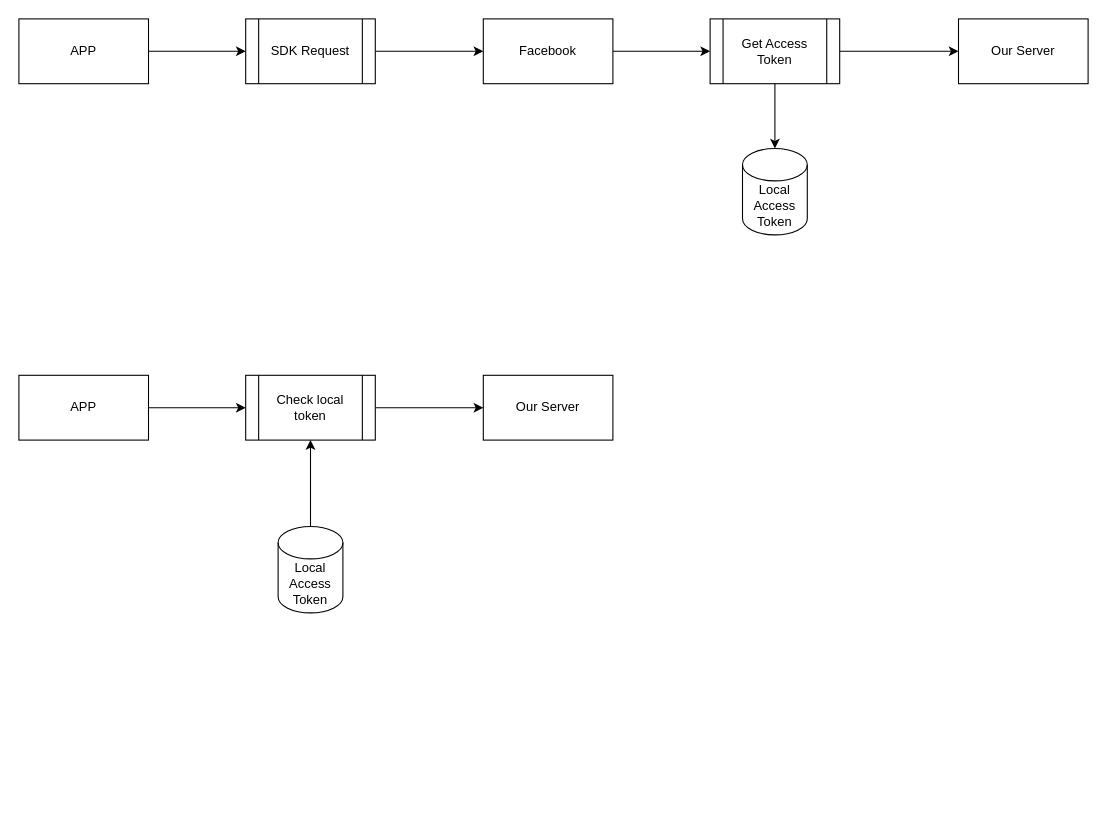
cjinle/draw.io keeps this draw.io diagram as page "第 1 页" (1 of 3) of fb1.drawio. Above is the earlier version. Source tidied: cells renumbered, new cells numbered last; positions are measured from the earlier drawing's top-left corner, leaving out a move shared by most shapes. Both pictures are drawn from the tidied source at 108%, with x=0, y=0 at pixel (18, 18).
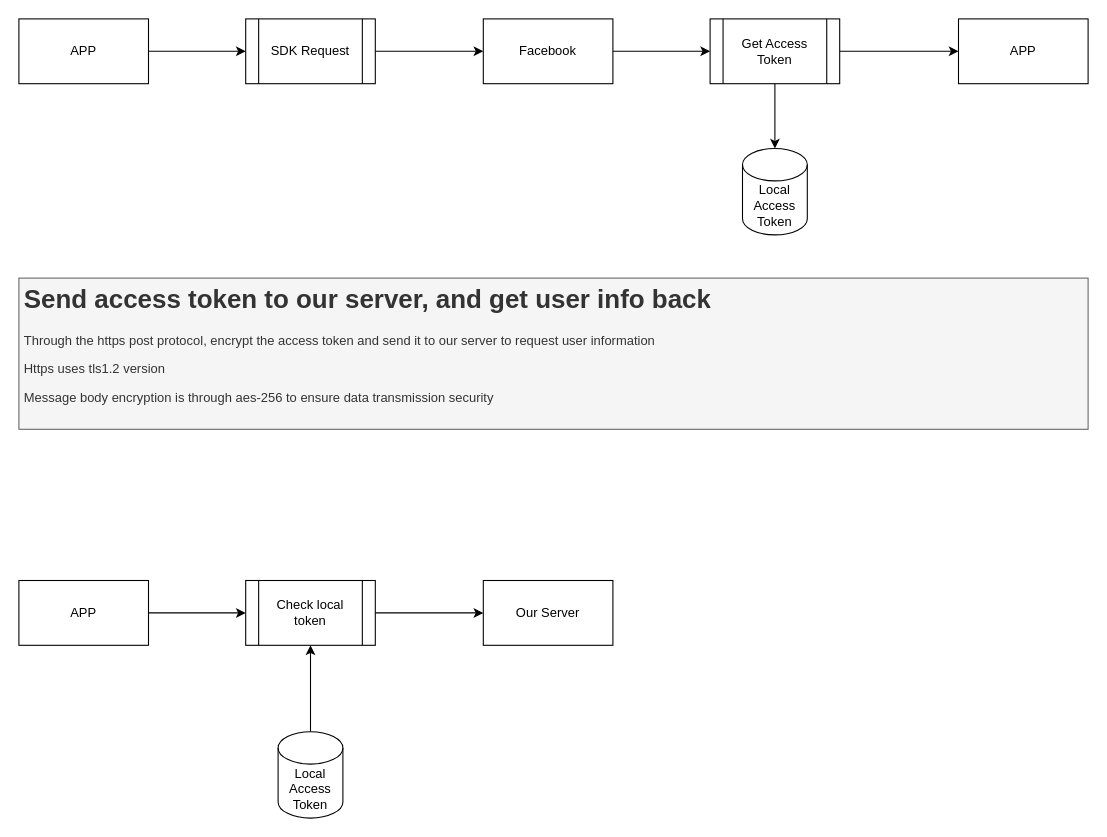
Above is the later version.

Change to the diagram source:
```diff
@@
-    <mxCell id="6" value="Our Server" style="rounded=0;whiteSpace=wrap;html=1;" parent="1" vertex="1">
+    <mxCell id="6" value="APP" style="rounded=0;whiteSpace=wrap;html=1;" parent="1" vertex="1">
       <mxGeometry x="870" width="120" height="60" as="geometry" />
     </mxCell>
@@
     <mxCell id="14" value="APP" style="rounded=0;whiteSpace=wrap;html=1;" parent="1" vertex="1">
-      <mxGeometry y="330" width="120" height="60" as="geometry" />
+      <mxGeometry y="520" width="120" height="60" as="geometry" />
     </mxCell>
     <mxCell id="15" value="Our Server" style="rounded=0;whiteSpace=wrap;html=1;" parent="1" vertex="1">
-      <mxGeometry x="430" y="330" width="120" height="60" as="geometry" />
+      <mxGeometry x="430" y="520" width="120" height="60" as="geometry" />
     </mxCell>
     <mxCell id="16" style="edgeStyle=orthogonalEdgeStyle;rounded=0;jettySize=auto;html=1;exitX=1;exitY=0.5;exitDx=0;exitDy=0;entryX=0;entryY=0.5;entryDx=0;entryDy=0;" parent="1" edge="1" source="17">
       <mxGeometry relative="1" as="geometry">
-        <mxPoint x="430" y="360" as="targetPoint" />
+        <mxPoint x="430" y="550" as="targetPoint" />
       </mxGeometry>
     </mxCell>
     <mxCell id="17" value="Check local token" style="shape=process;whiteSpace=wrap;html=1;backgroundOutline=1;" parent="1" vertex="1">
-      <mxGeometry x="210" y="330" width="120" height="60" as="geometry" />
+      <mxGeometry x="210" y="520" width="120" height="60" as="geometry" />
     </mxCell>
@@
     <mxCell id="19" value="Local Access&lt;br&gt;Token" style="shape=cylinder3;whiteSpace=wrap;html=1;boundedLbl=1;backgroundOutline=1;size=15;" parent="1" vertex="1">
-      <mxGeometry x="240" y="470" width="60" height="80" as="geometry" />
+      <mxGeometry x="240" y="660" width="60" height="80" as="geometry" />
     </mxCell>
+    <mxCell id="20" value="&lt;h1&gt;Send access token to our server, and get user info back&lt;/h1&gt;&lt;p&gt;Through the https post protocol, encrypt the access token and send it to our server to request user information&lt;br&gt;&lt;/p&gt;&lt;p&gt;Https uses tls1.2 version&lt;br&gt;&lt;/p&gt;&lt;p&gt;Message body encryption is through aes-256 to ensure data transmission security&lt;br&gt;&lt;/p&gt;" style="text;html=1;strokeColor=#666666;fillColor=#f5f5f5;spacing=5;spacingTop=-20;whiteSpace=wrap;overflow=hidden;rounded=0;fontColor=#333333;" parent="1" vertex="1">
+      <mxGeometry y="240" width="990" height="140" as="geometry" />
+    </mxCell>
```
